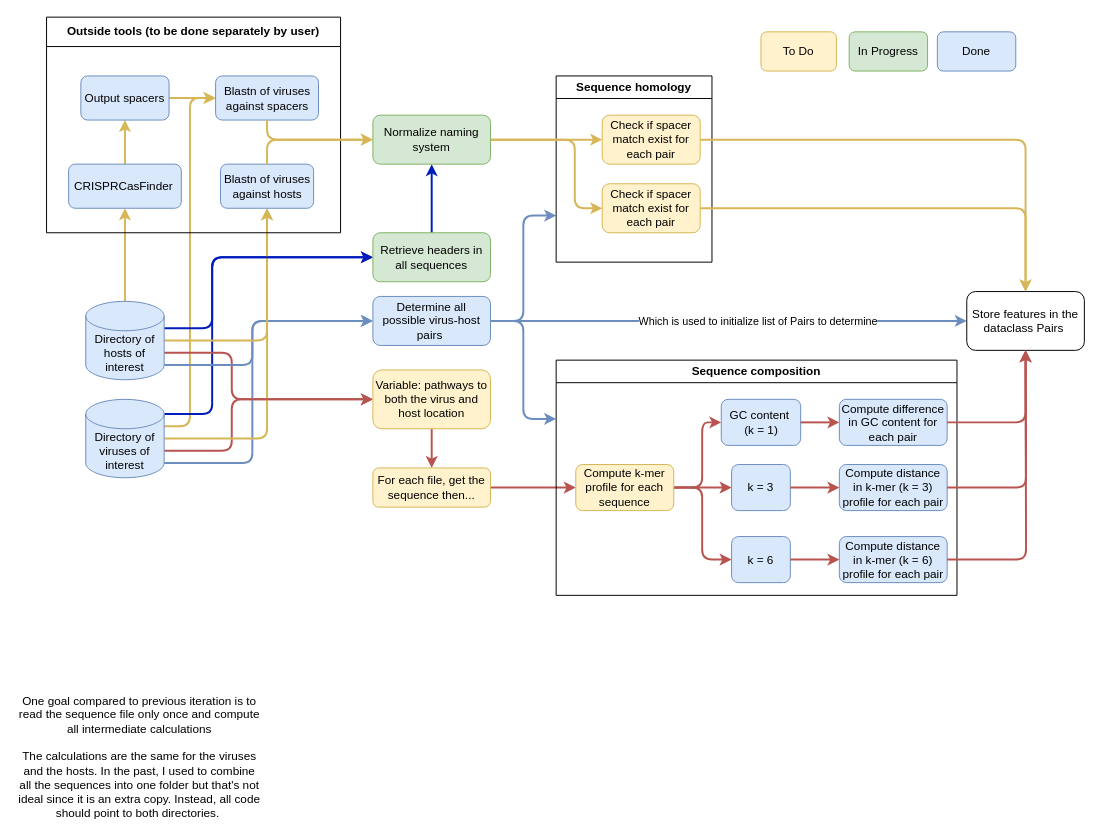
DuhaimeLab/VirusHostInteractionPredictor keeps this draw.io diagram as design_documents/VIP_features_detailed_coloredbystatus.drawio. Above is the earlier version. Source tidied: cells renumbered, new cells numbered last; positions are measured from the earlier drawing's top-left corner, leaving out a move shared by most shapes. Both pictures are drawn from the tidied source at 98%, with x=0, y=0 at pixel (17, 17).
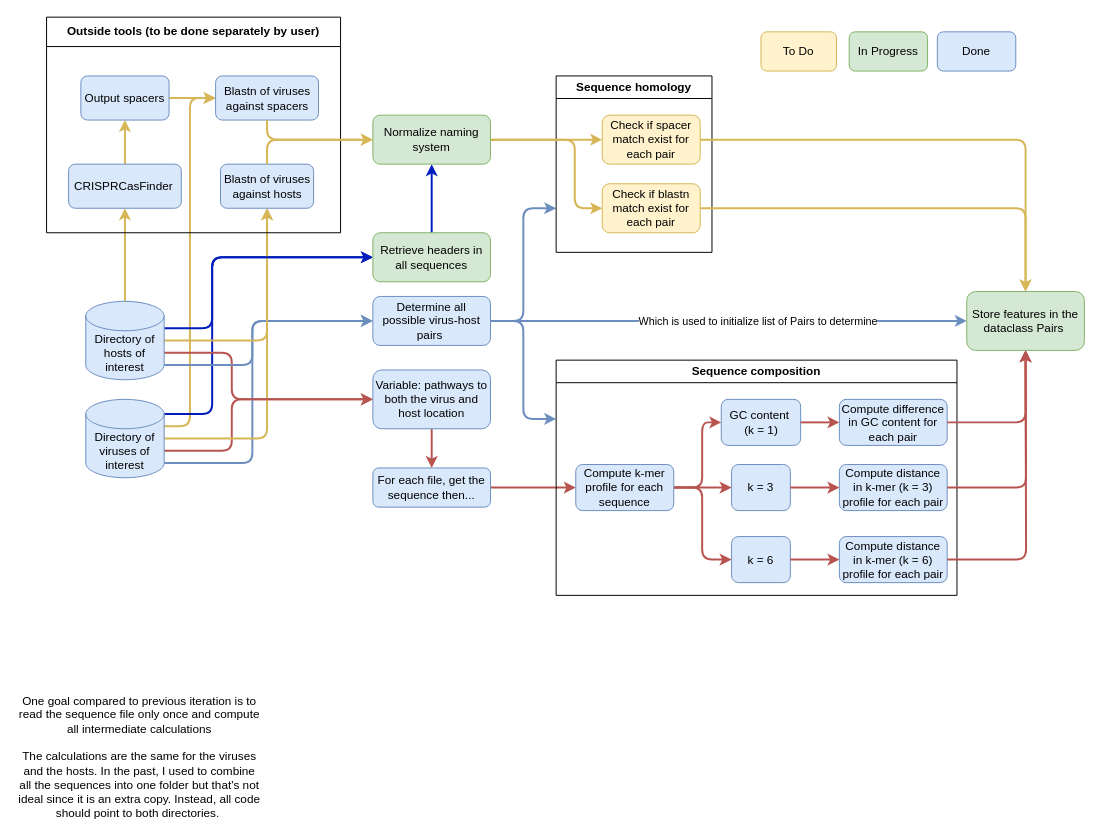
The same page after the edit.

Commit message:
updated progress on detailed features

Unchanged cells that the change refers to:
```xml
<mxCell id="32" value="Sequence composition&lt;br&gt;" style="swimlane;whiteSpace=wrap;html=1;" parent="1" vertex="1">
  <mxGeometry x="550" y="350" width="409" height="240" as="geometry" />
</mxCell>
```

Diff of the diagram source:
```diff
@@
-    <mxCell id="20" value="Variable: pathways to both the virus and host location" style="rounded=1;whiteSpace=wrap;html=1;fillColor=#fff2cc;strokeColor=#d6b656;" parent="1" vertex="1">
+    <mxCell id="20" value="Variable: pathways to both the virus and host location" style="rounded=1;whiteSpace=wrap;html=1;fillColor=#dae8fc;strokeColor=#6c8ebf;" parent="1" vertex="1">
       <mxGeometry x="363" y="360" width="120" height="60" as="geometry" />
     </mxCell>
@@
-    <mxCell id="22" value="For each file, get the sequence then..." style="rounded=1;whiteSpace=wrap;html=1;fillColor=#fff2cc;strokeColor=#d6b656;" parent="1" vertex="1">
+    <mxCell id="22" value="For each file, get the sequence then..." style="rounded=1;whiteSpace=wrap;html=1;fillColor=#dae8fc;strokeColor=#6c8ebf;" parent="1" vertex="1">
       <mxGeometry x="363" y="460" width="120" height="40" as="geometry" />
     </mxCell>
-    <mxCell id="23" value="Store features in the dataclass Pairs&amp;nbsp;" style="rounded=1;whiteSpace=wrap;html=1;" parent="1" vertex="1">
+    <mxCell id="23" value="Store features in the dataclass Pairs&amp;nbsp;" style="rounded=1;whiteSpace=wrap;html=1;fillColor=#d5e8d4;strokeColor=#82b366;" parent="1" vertex="1">
       <mxGeometry x="969" y="280" width="120" height="60" as="geometry" />
     </mxCell>
@@
-    <mxCell id="36" value="Compute k-mer profile for each sequence" style="rounded=1;whiteSpace=wrap;html=1;fillColor=#fff2cc;strokeColor=#d6b656;" parent="32" vertex="1">
+    <mxCell id="36" value="Compute k-mer profile for each sequence" style="rounded=1;whiteSpace=wrap;html=1;fillColor=#dae8fc;strokeColor=#6c8ebf;" parent="32" vertex="1">
       <mxGeometry x="20" y="106.5" width="100" height="47" as="geometry" />
     </mxCell>
@@
     <mxCell id="46" value="Sequence homology" style="swimlane;whiteSpace=wrap;html=1;" parent="1" vertex="1">
-      <mxGeometry x="550" y="60" width="159" height="190" as="geometry" />
+      <mxGeometry x="550" y="60" width="159" height="180" as="geometry" />
     </mxCell>
@@
-    <mxCell id="48" value="Check if spacer match exist for each pair" style="rounded=1;whiteSpace=wrap;html=1;fillColor=#fff2cc;strokeColor=#d6b656;" parent="46" vertex="1">
+    <mxCell id="48" value="Check if blastn match exist for each pair" style="rounded=1;whiteSpace=wrap;html=1;fillColor=#fff2cc;strokeColor=#d6b656;" parent="46" vertex="1">
       <mxGeometry x="47" y="110" width="100" height="50" as="geometry" />
     </mxCell>
```
